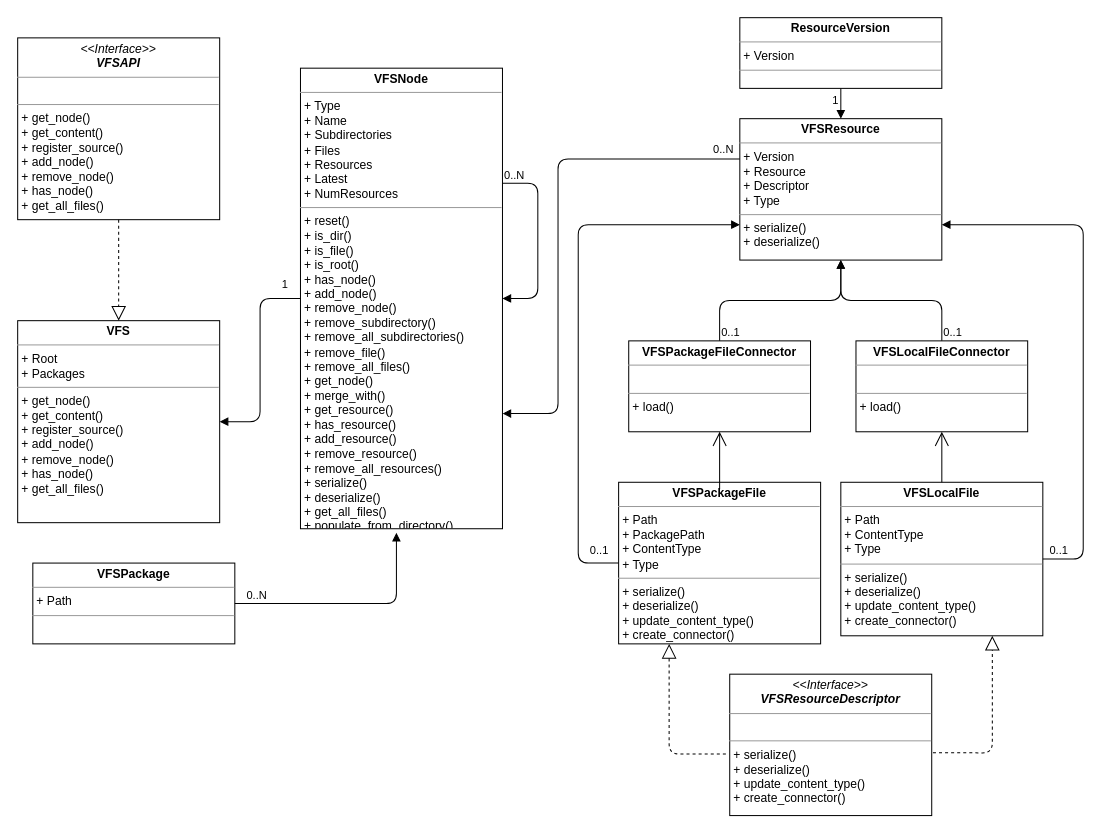
Above: doc/diagrams/vfs_class_diagram.drawio in suisei-entertainment/murasame (draw.io), before the change. Source tidied: cells renumbered, new cells numbered last; positions are measured from the earlier drawing's top-left corner, leaving out a move shared by most shapes. Both pictures are drawn from the tidied source at 101%, with x=0, y=0 at pixel (17, 17).
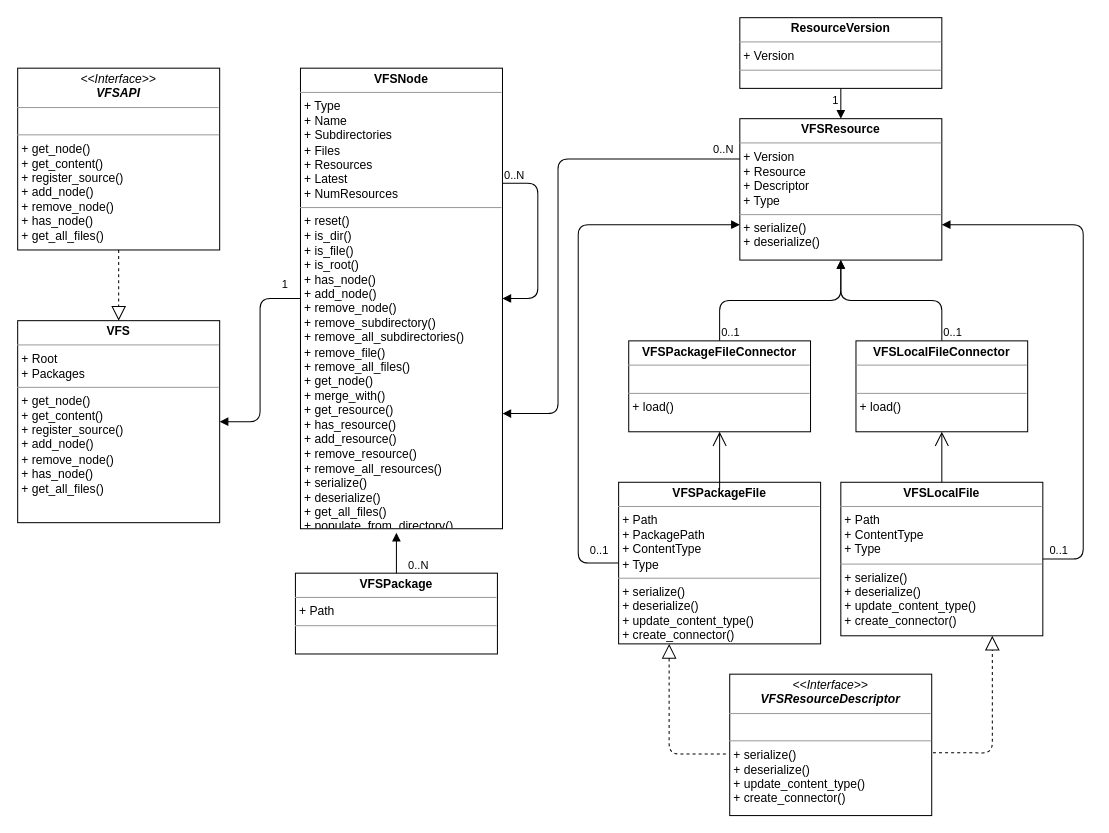
Above is the later version.

Change to the diagram source:
```diff
@@
     <mxCell id="2" value="&lt;p style=&quot;margin: 0px ; margin-top: 4px ; text-align: center&quot;&gt;&lt;i&gt;&amp;lt;&amp;lt;Interface&amp;gt;&amp;gt;&lt;/i&gt;&lt;br&gt;&lt;b&gt;&lt;i&gt;VFSAPI&lt;/i&gt;&lt;/b&gt;&lt;/p&gt;&lt;hr size=&quot;1&quot;&gt;&lt;p style=&quot;margin: 0px ; margin-left: 4px&quot;&gt;&lt;br&gt;&lt;/p&gt;&lt;hr size=&quot;1&quot;&gt;&lt;p style=&quot;margin: 0px ; margin-left: 4px&quot;&gt;+ get_node()&lt;br&gt;+ get_content()&lt;/p&gt;&lt;p style=&quot;margin: 0px ; margin-left: 4px&quot;&gt;+ register_source()&lt;/p&gt;&lt;p style=&quot;margin: 0px ; margin-left: 4px&quot;&gt;+ add_node()&lt;/p&gt;&lt;p style=&quot;margin: 0px ; margin-left: 4px&quot;&gt;+ remove_node()&lt;/p&gt;&lt;p style=&quot;margin: 0px ; margin-left: 4px&quot;&gt;+ has_node()&lt;/p&gt;&lt;p style=&quot;margin: 0px ; margin-left: 4px&quot;&gt;+ get_all_files()&lt;/p&gt;" style="verticalAlign=top;align=left;overflow=fill;fontSize=12;fontFamily=Helvetica;html=1;" parent="1" vertex="1">
-      <mxGeometry y="20" width="200" height="180" as="geometry" />
+      <mxGeometry y="50" width="200" height="180" as="geometry" />
     </mxCell>
@@
     <mxCell id="17" value="&lt;p style=&quot;margin: 0px ; margin-top: 4px ; text-align: center&quot;&gt;&lt;b&gt;VFSPackage&lt;/b&gt;&lt;/p&gt;&lt;hr size=&quot;1&quot;&gt;&lt;p style=&quot;margin: 0px ; margin-left: 4px&quot;&gt;+ Path&lt;br&gt;&lt;/p&gt;&lt;hr size=&quot;1&quot;&gt;&lt;p style=&quot;margin: 0px ; margin-left: 4px&quot;&gt;&lt;br&gt;&lt;/p&gt;&lt;p style=&quot;margin: 0px ; margin-left: 4px&quot;&gt;&lt;br&gt;&lt;/p&gt;" style="verticalAlign=top;align=left;overflow=fill;fontSize=12;fontFamily=Helvetica;html=1;" parent="1" vertex="1">
-      <mxGeometry x="15" y="540" width="200" height="80" as="geometry" />
+      <mxGeometry x="275" y="550" width="200" height="80" as="geometry" />
     </mxCell>
-    <mxCell id="18" style="endArrow=block;endFill=1;html=1;edgeStyle=orthogonalEdgeStyle;align=left;verticalAlign=top;exitX=1;exitY=0.5;exitDx=0;exitDy=0;" parent="1" edge="1" source="17">
+    <mxCell id="18" style="endArrow=block;endFill=1;html=1;edgeStyle=orthogonalEdgeStyle;align=left;verticalAlign=top;" parent="1" edge="1" source="17">
       <mxGeometry x="-0.94" y="10" relative="1" as="geometry">
         <mxPoint x="375" y="510" as="targetPoint" />
-        <Array as="points">
-          <mxPoint x="375" y="580" />
-        </Array>
       </mxGeometry>
     </mxCell>
```
